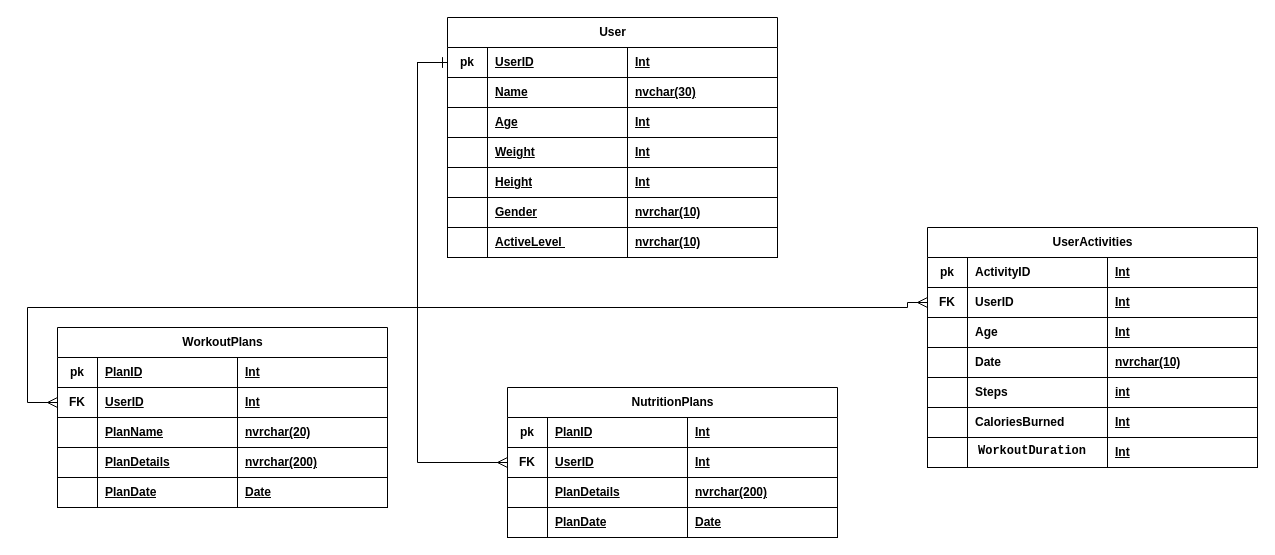
This is Smart Fit ERD.drawio from ZaidAlhassnawi/SmartFit, a draw.io file, before an edit. Source tidied: cells renumbered, new cells numbered last; positions are measured from the earlier drawing's top-left corner, leaving out a move shared by most shapes. Both pictures are drawn from the tidied source at 100%, with x=0, y=0 at pixel (27, 17).
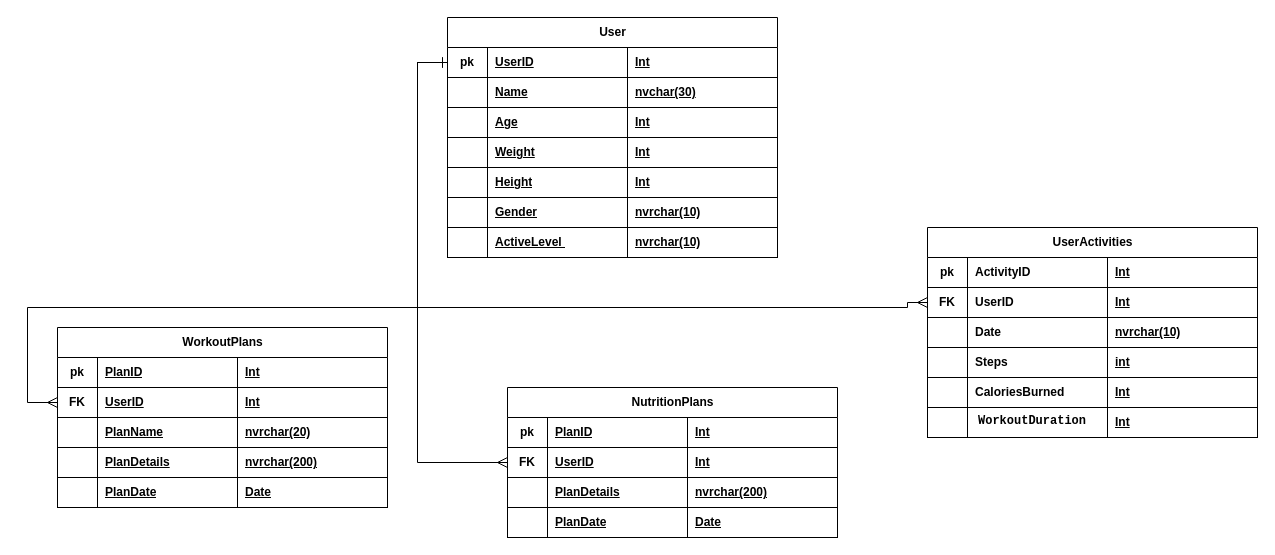
The same page after the edit.

Commit message:
Upload ERD diagram

The edit, as a diff of the source:
```diff
@@
     <mxCell id="69" value="UserActivities" style="shape=table;startSize=30;childLayout=tableLayout;rowLines=0;fontStyle=1;align=center;html=1;" parent="1" vertex="1">
-      <mxGeometry x="900" y="210" width="330" height="240" as="geometry" />
+      <mxGeometry x="900" y="210" width="330" height="210" as="geometry" />
     </mxCell>
@@
-    <mxCell id="78" style="shape=tableRow;horizontal=0;startSize=0;swimlaneHead=0;swimlaneBody=0;fillColor=none;top=0;left=0;right=0;bottom=1;" parent="69" vertex="1">
-      <mxGeometry y="90" width="330" height="30" as="geometry" />
-    </mxCell>
-    <mxCell id="79" style="shape=partialRectangle;fillColor=none;top=0;left=0;bottom=0;right=0;fontStyle=1;overflow=hidden;whiteSpace=wrap;html=1;" parent="78" vertex="1">
-      <mxGeometry width="40" height="30" as="geometry" />
-    </mxCell>
-    <mxCell id="80" value="Age" style="shape=partialRectangle;fillColor=none;top=0;left=0;bottom=0;right=0;align=left;spacingLeft=6;fontStyle=1;overflow=hidden;whiteSpace=wrap;html=1;" parent="78" vertex="1">
-      <mxGeometry x="40" width="140" height="30" as="geometry" />
-    </mxCell>
-    <mxCell id="81" value="Int" style="shape=partialRectangle;fillColor=none;top=0;left=0;bottom=0;right=0;align=left;spacingLeft=6;fontStyle=5;overflow=hidden;whiteSpace=wrap;html=1;" parent="78" vertex="1">
-      <mxGeometry x="180" width="150" height="30" as="geometry" />
-    </mxCell>
     <mxCell id="82" style="shape=tableRow;horizontal=0;startSize=0;swimlaneHead=0;swimlaneBody=0;fillColor=none;top=0;left=0;right=0;bottom=1;" parent="69" vertex="1">
-      <mxGeometry y="120" width="330" height="30" as="geometry" />
+      <mxGeometry y="90" width="330" height="30" as="geometry" />
     </mxCell>
@@
     <mxCell id="86" style="shape=tableRow;horizontal=0;startSize=0;swimlaneHead=0;swimlaneBody=0;fillColor=none;top=0;left=0;right=0;bottom=1;" parent="69" vertex="1">
-      <mxGeometry y="150" width="330" height="30" as="geometry" />
+      <mxGeometry y="120" width="330" height="30" as="geometry" />
     </mxCell>
@@
     <mxCell id="90" style="shape=tableRow;horizontal=0;startSize=0;swimlaneHead=0;swimlaneBody=0;fillColor=none;top=0;left=0;right=0;bottom=1;" parent="69" vertex="1">
-      <mxGeometry y="180" width="330" height="30" as="geometry" />
+      <mxGeometry y="150" width="330" height="30" as="geometry" />
     </mxCell>
@@
     <mxCell id="94" style="shape=tableRow;horizontal=0;startSize=0;swimlaneHead=0;swimlaneBody=0;fillColor=none;top=0;left=0;right=0;bottom=1;" parent="69" vertex="1">
-      <mxGeometry y="210" width="330" height="30" as="geometry" />
+      <mxGeometry y="180" width="330" height="30" as="geometry" />
     </mxCell>
```
